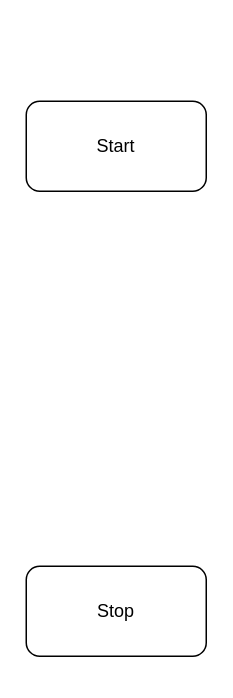
Earlier version of the draw.io diagram Untitled Diagram.drawio (DioDiZy/diyowfilm). Source tidied: cells renumbered, new cells numbered last; positions are measured from the earlier drawing's top-left corner, leaving out a move shared by most shapes. Both pictures are drawn from the tidied source at 150%, with x=0, y=0 at pixel (26, 100).
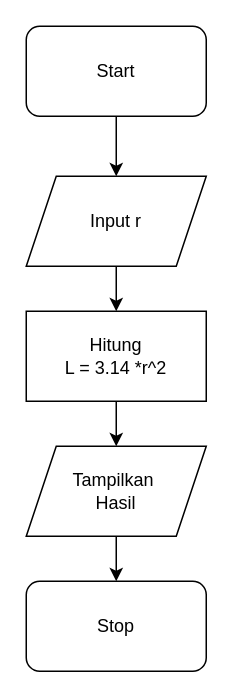
The same diagram, later.

The edit, as a diff of the source:
```diff
@@
 <mxGraphModel>
   <root>
     <mxCell id="0" />
     <mxCell id="1" parent="0" />
+    <mxCell id="4" style="edgeStyle=orthogonalEdgeStyle;rounded=0;jettySize=auto;html=1;" parent="1" edge="1" source="2" target="6">
+      <mxGeometry relative="1" as="geometry" />
+    </mxCell>
     <mxCell id="2" value="Start" style="rounded=1;whiteSpace=wrap;html=1;" parent="1" vertex="1">
-      <mxGeometry width="120" height="60" as="geometry" />
+      <mxGeometry y="-50" width="120" height="60" as="geometry" />
     </mxCell>
     <mxCell id="3" value="Stop" style="rounded=1;whiteSpace=wrap;html=1;" parent="1" vertex="1">
-      <mxGeometry y="310" width="120" height="60" as="geometry" />
+      <mxGeometry y="320" width="120" height="60" as="geometry" />
     </mxCell>
+    <mxCell id="5" style="edgeStyle=orthogonalEdgeStyle;rounded=0;jettySize=auto;html=1;" parent="1" edge="1" source="6" target="8">
+      <mxGeometry relative="1" as="geometry" />
+    </mxCell>
+    <mxCell id="6" value="Input r" style="shape=parallelogram;perimeter=parallelogramPerimeter;whiteSpace=wrap;html=1;fixedSize=1;" parent="1" vertex="1">
+      <mxGeometry y="50" width="120" height="60" as="geometry" />
+    </mxCell>
+    <mxCell id="7" style="edgeStyle=orthogonalEdgeStyle;rounded=0;jettySize=auto;html=1;" parent="1" edge="1" source="8" target="10">
+      <mxGeometry relative="1" as="geometry" />
+    </mxCell>
+    <mxCell id="8" value="Hitung&lt;br&gt;L = 3.14 *r^2" style="rounded=0;whiteSpace=wrap;html=1;" parent="1" vertex="1">
+      <mxGeometry y="140" width="120" height="60" as="geometry" />
+    </mxCell>
+    <mxCell id="9" style="edgeStyle=orthogonalEdgeStyle;rounded=0;jettySize=auto;html=1;" parent="1" edge="1" source="10" target="3">
+      <mxGeometry relative="1" as="geometry" />
+    </mxCell>
+    <mxCell id="10" value="Tampilkan&amp;nbsp;&lt;br&gt;Hasil" style="shape=parallelogram;perimeter=parallelogramPerimeter;whiteSpace=wrap;html=1;fixedSize=1;" parent="1" vertex="1">
+      <mxGeometry y="230" width="120" height="60" as="geometry" />
+    </mxCell>
   </root>
 </mxGraphModel>
```
